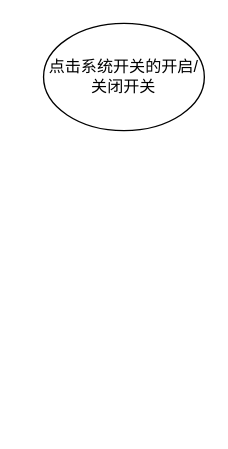
Above: 系统开关.drawio in yuhang9580/drawio (draw.io), before the change. Source tidied: cells renumbered, new cells numbered last; positions are measured from the earlier drawing's top-left corner, leaving out a move shared by most shapes. Both pictures are drawn from the tidied source at 134%, with x=0, y=0 at pixel (43, 23).
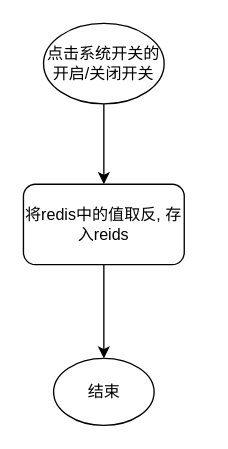
The same diagram, later.

Commit message (it also covers changes not shown here):
更新系统开关.drawio

What changed in the source:
```diff
@@
 <mxGraphModel>
   <root>
     <mxCell id="0" />
     <mxCell id="1" parent="0" />
+    <mxCell id="3" style="edgeStyle=orthogonalEdgeStyle;rounded=0;jettySize=auto;html=1;entryX=0.5;entryY=0;entryDx=0;entryDy=0;" parent="1" edge="1" source="2" target="5">
+      <mxGeometry relative="1" as="geometry" />
+    </mxCell>
     <mxCell id="2" value="点击系统开关的开启/关闭开关" style="ellipse;whiteSpace=wrap;html=1;" parent="1" vertex="1">
-      <mxGeometry width="120" height="80" as="geometry" />
+      <mxGeometry width="90" height="60" as="geometry" />
     </mxCell>
+    <mxCell id="4" style="edgeStyle=orthogonalEdgeStyle;rounded=0;jettySize=auto;html=1;" parent="1" edge="1" source="5" target="6">
+      <mxGeometry relative="1" as="geometry" />
+    </mxCell>
+    <mxCell id="5" value="将redis中的值取反, 存入reids" style="rounded=1;whiteSpace=wrap;html=1;" parent="1" vertex="1">
+      <mxGeometry x="-15" y="120" width="120" height="60" as="geometry" />
+    </mxCell>
+    <mxCell id="6" value="结束" style="ellipse;whiteSpace=wrap;html=1;" parent="1" vertex="1">
+      <mxGeometry x="7.5" y="250" width="75" height="50" as="geometry" />
+    </mxCell>
   </root>
 </mxGraphModel>
```
